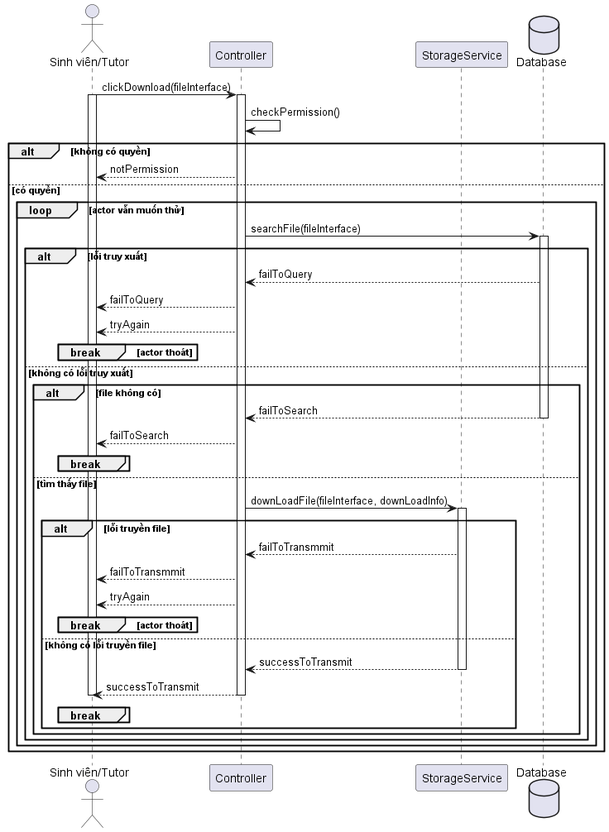
huynkien/Software_Engineering_Report keeps this PlantUML diagram as graphics/SequenceDiagram/Library/Seq_diagram_Download.png. Above is the earlier version. The source it was exported from:
```plantuml
@startuml
actor       "Sinh viên/Tutor" as Actor
participant     "Controller"     as Controller
participant "StorageService"      as Collections
database    "Database"        as DB

Actor -> Controller ++: clickDownload(fileInterface)
activate Actor
Controller -> Controller : checkPermission()
alt không có quyền
    Controller --> Actor : notPermission
else có quyền
    loop actor vẫn muốn thử
        Controller -> DB ++: searchFile(fileInterface)
        alt lỗi truy xuất
            DB --> Controller : failToQuery
            Controller --> Actor : failToQuery
            Controller --> Actor : tryAgain
            break actor thoát
            end
        else không có lỗi truy xuất
            alt file không có
                DB --> Controller  --: failToSearch
                Controller --> Actor : failToSearch
                break
                end
            else tìm thấy file
                Controller -> Collections ++: downLoadFile(fileInterface, downLoadInfo)
                alt lỗi truyền file
                    Collections --> Controller : failToTransmmit
                    Controller --> Actor : failToTransmmit
                    Controller --> Actor : tryAgain
                    break actor thoát
                    end
                else không có lỗi truyền file
                    Collections --> Controller --: successToTransmit
                    Controller --> Actor --: successToTransmit
                    deactivate Actor
                    break
                    end
                end
            end
        end
    end
end
@enduml
```
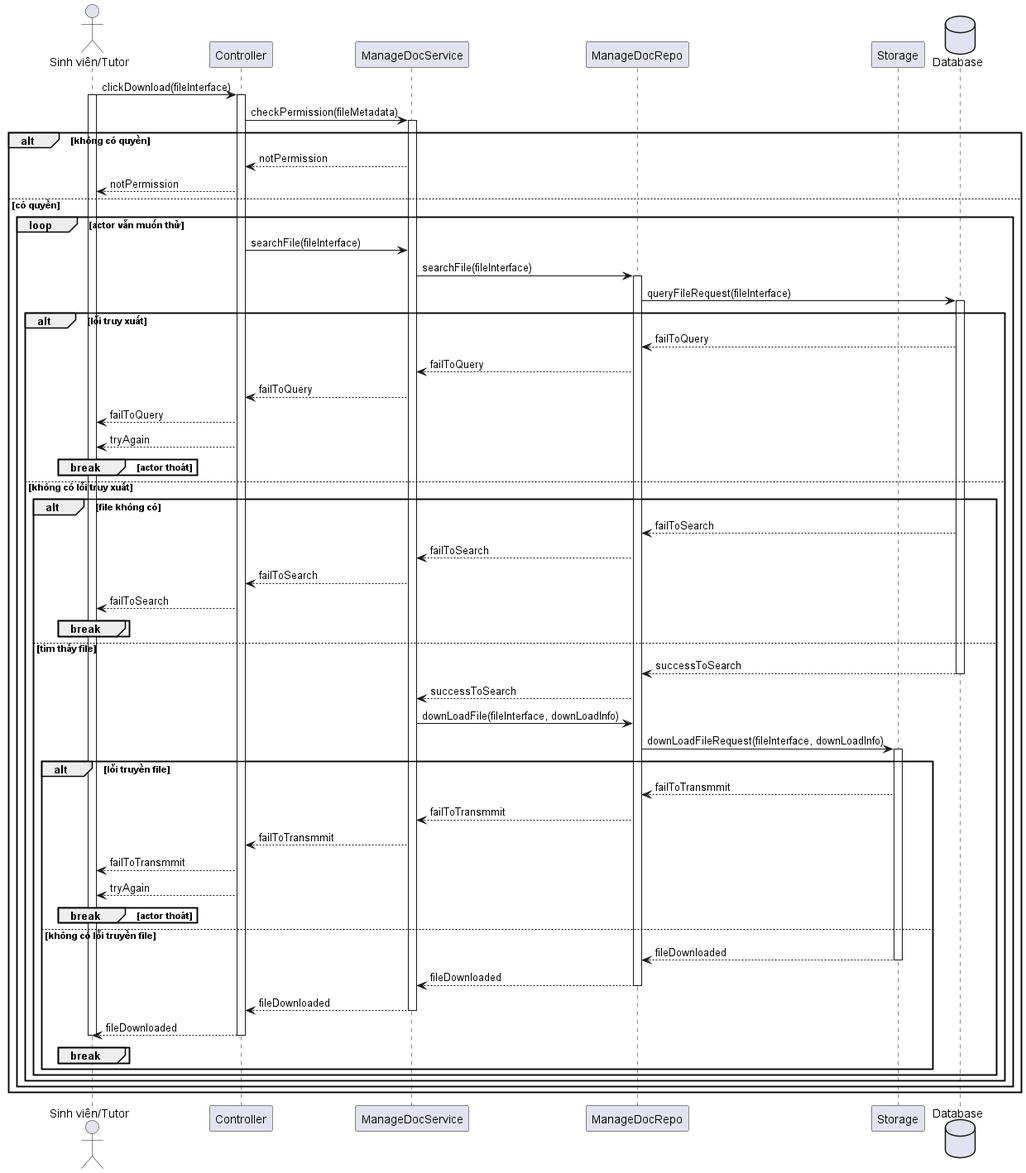
After the commit.

Commit message:
"Fix Seq_diagram_Download, Seq_diagram_SearchView, Seq_diagram_Upload images "

What changed in the source:
```diff
@@ -1,40 +1,56 @@
 @startuml
 actor       "Sinh viên/Tutor" as Actor
 participant     "Controller"     as Controller
-participant "StorageService"      as Collections
+participant "ManageDocService"      as Service
+participant "ManageDocRepo"      as Repo
+participant "Storage"      as Collections
 database    "Database"        as DB
 
 Actor -> Controller ++: clickDownload(fileInterface)
 activate Actor
-Controller -> Controller : checkPermission()
+Controller -> Service ++ : checkPermission(fileMetadata)
 alt không có quyền
+    Service --> Controller : notPermission
     Controller --> Actor : notPermission
 else có quyền
     loop actor vẫn muốn thử
-        Controller -> DB ++: searchFile(fileInterface)
+        Controller -> Service : searchFile(fileInterface)
+        Service -> Repo ++: searchFile(fileInterface)
+        Repo -> DB ++: queryFileRequest(fileInterface)
         alt lỗi truy xuất
-            DB --> Controller : failToQuery
+            DB --> Repo : failToQuery
+            Repo --> Service : failToQuery
+            Service --> Controller : failToQuery
             Controller --> Actor : failToQuery
             Controller --> Actor : tryAgain
             break actor thoát
             end
         else không có lỗi truy xuất
             alt file không có
-                DB --> Controller  --: failToSearch
+                DB --> Repo  : failToSearch
+                Repo --> Service : failToSearch
+                Service --> Controller : failToSearch
                 Controller --> Actor : failToSearch
                 break
                 end
             else tìm thấy file
-                Controller -> Collections ++: downLoadFile(fileInterface, downLoadInfo)
+                DB --> Repo --: successToSearch
+                Repo --> Service : successToSearch
+                Service -> Repo : downLoadFile(fileInterface, downLoadInfo)
+                Repo -> Collections ++: downLoadFileRequest(fileInterface, downLoadInfo)
                 alt lỗi truyền file
-                    Collections --> Controller : failToTransmmit
+                    Collections --> Repo : failToTransmmit
+                    Repo --> Service : failToTransmmit
+                    Service --> Controller : failToTransmmit
                     Controller --> Actor : failToTransmmit
                     Controller --> Actor : tryAgain
                     break actor thoát
                     end
                 else không có lỗi truyền file
-                    Collections --> Controller --: successToTransmit
-                    Controller --> Actor --: successToTransmit
+                    Collections --> Repo --: fileDownloaded
+                    Repo --> Service --: fileDownloaded
+                    Service --> Controller --: fileDownloaded
+                    Controller --> Actor --: fileDownloaded
                     deactivate Actor
                     break
                     end
```
